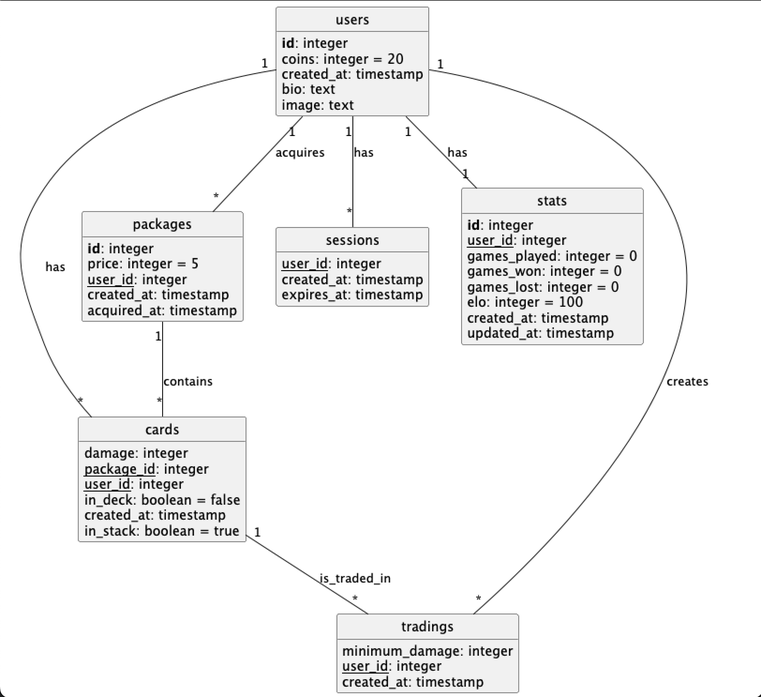
jakuslizy/MonsterTradingCardGame keeps this PlantUML diagram as MonsterTradingCardGame/ClassDiagram/png/Database.png. Above is the earlier version. Its source is kept beside it as MonsterTradingCardGame/ClassDiagram/Database.puml.
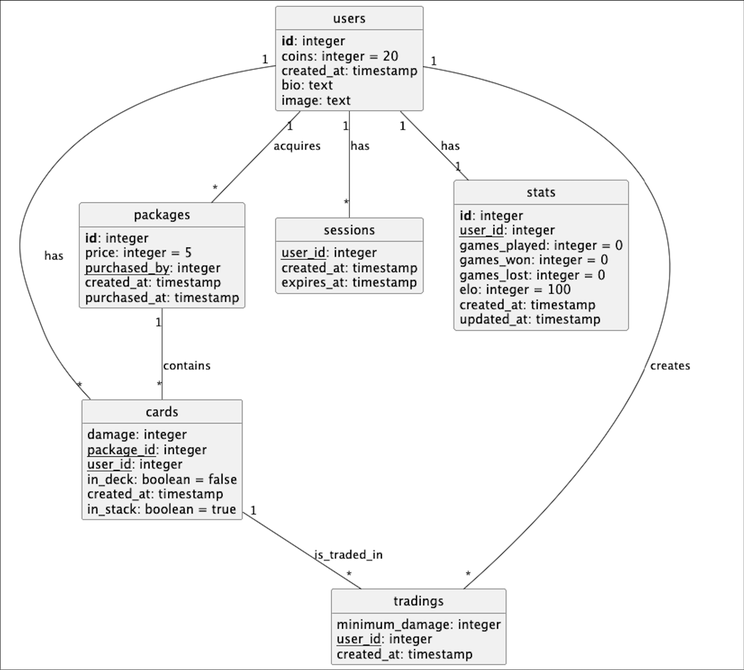
Above is the later version.

Diff of the diagram source:
```diff
@@ -33,9 +33,9 @@
 table(packages) {
     primary_key(id): integer
     price: integer = 5
-    foreign_key(user_id): integer
+    foreign_key(purchased_by): integer
     created_at: timestamp
-    acquired_at: timestamp
+    purchased_at: timestamp
 }
 
 table(sessions) {
```
